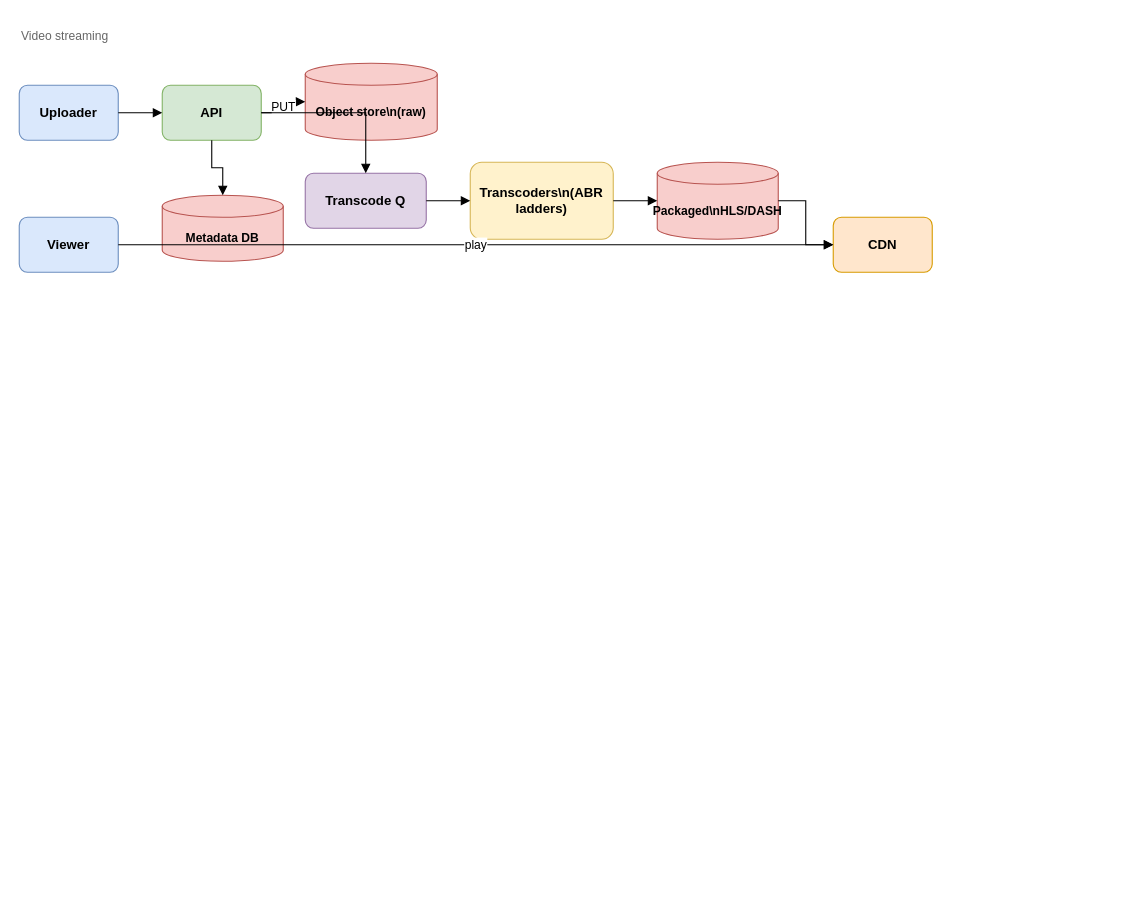
Earlier version of the draw.io diagram diagrams/video-streaming.drawio (yazeedsawalha/system-design). Source tidied: cells renumbered, new cells numbered last; positions are measured from the earlier drawing's top-left corner, leaving out a move shared by most shapes. Both pictures are drawn from the tidied source at 110%, with x=0, y=0 at pixel (19, 19).
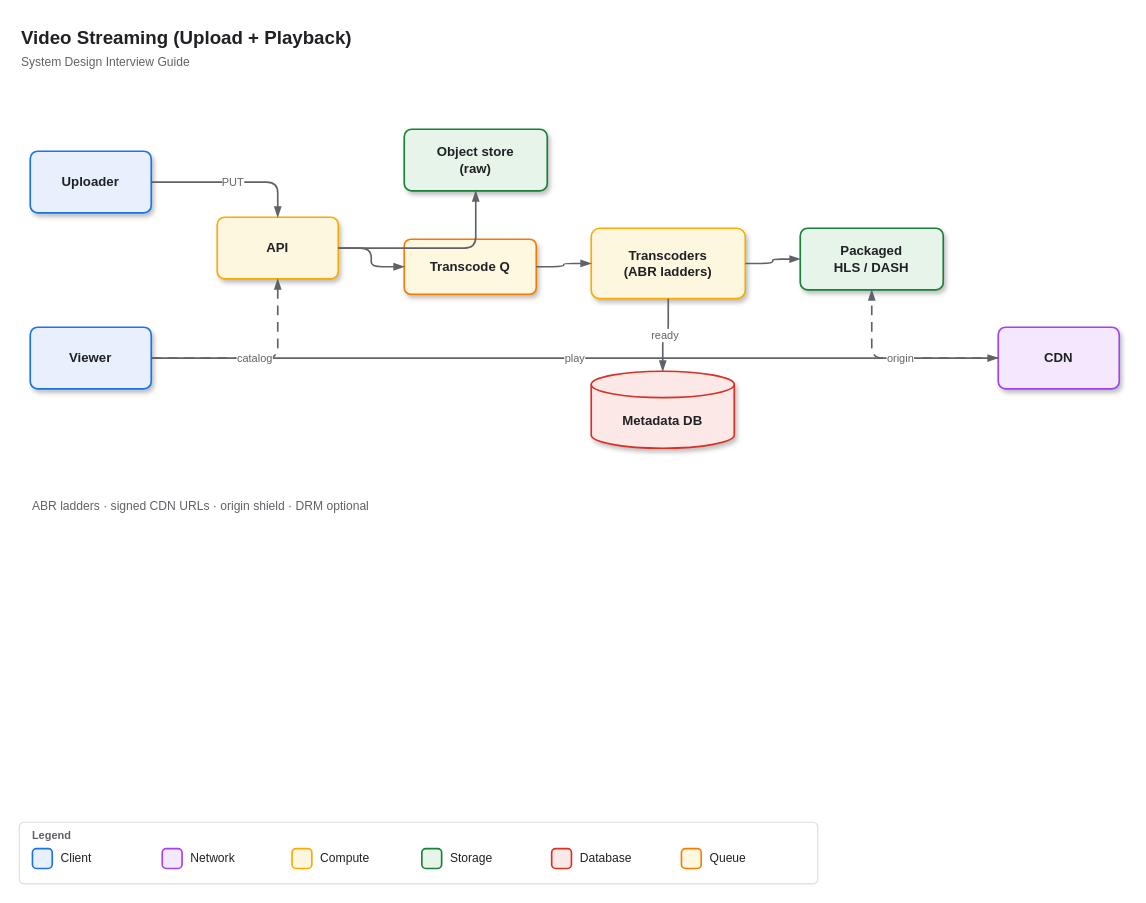
After the change.

What changed in the source:
```diff
@@
-<mxGraphModel>
+<mxGraphModel background="#ffffff">
@@
-    <mxCell id="2" value="Video streaming" style="text;html=1;strokeColor=none;fillColor=none;align=left;verticalAlign=middle;whiteSpace=wrap;rounded=0;fontSize=11;fontColor=#666666;" parent="1" vertex="1">
-      <mxGeometry width="200" height="30" as="geometry" />
-    </mxCell>
+    <mxCell id="20" value="Video Streaming (Upload + Playback)" style="text;html=1;strokeColor=none;fillColor=none;align=left;verticalAlign=middle;whiteSpace=wrap;rounded=0;fontSize=17;fontStyle=1;fontFamily=Helvetica;fontColor=#202124;" parent="1" vertex="1">
+      <mxGeometry y="4" width="700" height="28" as="geometry" />
+    </mxCell>
+    <mxCell id="21" value="System Design Interview Guide" style="text;html=1;strokeColor=none;fillColor=none;align=left;verticalAlign=middle;whiteSpace=wrap;rounded=0;fontSize=11;fontFamily=Helvetica;fontColor=#5F6368;" parent="1" vertex="1">
+      <mxGeometry y="30" width="280" height="18" as="geometry" />
+    </mxCell>
-    <mxCell id="3" value="Uploader" style="rounded=1;whiteSpace=wrap;html=1;fillColor=#dae8fc;strokeColor=#6c8ebf;fontStyle=1;fontSize=12;" parent="1" vertex="1">
-      <mxGeometry y="60" width="90" height="50" as="geometry" />
+    <mxCell id="3" value="Uploader" style="rounded=1;whiteSpace=wrap;html=1;arcSize=12;fillColor=#E8F0FE;strokeColor=#1A73E8;strokeWidth=1.5;fontStyle=1;fontSize=12;fontFamily=Helvetica;fontColor=#202124;shadow=1;" parent="1" vertex="1">
+      <mxGeometry x="10" y="120" width="110" height="56" as="geometry" />
     </mxCell>
-    <mxCell id="4" value="Viewer" style="rounded=1;whiteSpace=wrap;html=1;fillColor=#dae8fc;strokeColor=#6c8ebf;fontStyle=1;fontSize=12;" parent="1" vertex="1">
-      <mxGeometry y="180" width="90" height="50" as="geometry" />
+    <mxCell id="4" value="Viewer" style="rounded=1;whiteSpace=wrap;html=1;arcSize=12;fillColor=#E8F0FE;strokeColor=#1A73E8;strokeWidth=1.5;fontStyle=1;fontSize=12;fontFamily=Helvetica;fontColor=#202124;shadow=1;" parent="1" vertex="1">
+      <mxGeometry x="10" y="280" width="110" height="56" as="geometry" />
     </mxCell>
-    <mxCell id="5" value="API" style="rounded=1;whiteSpace=wrap;html=1;fillColor=#d5e8d4;strokeColor=#82b366;fontStyle=1;fontSize=12;" parent="1" vertex="1">
-      <mxGeometry x="130" y="60" width="90" height="50" as="geometry" />
+    <mxCell id="5" value="API" style="rounded=1;whiteSpace=wrap;html=1;arcSize=12;fillColor=#FEF7E0;strokeColor=#F9AB00;strokeWidth=1.5;fontStyle=1;fontSize=12;fontFamily=Helvetica;fontColor=#202124;shadow=1;" parent="1" vertex="1">
+      <mxGeometry x="180" y="180" width="110" height="56" as="geometry" />
     </mxCell>
-    <mxCell id="6" value="Object store\n(raw)" style="shape=cylinder3;whiteSpace=wrap;html=1;boundedLbl=1;backgroundOutline=1;size=10;fillColor=#f8cecc;strokeColor=#b85450;fontStyle=1;fontSize=11;" parent="1" vertex="1">
-      <mxGeometry x="260" y="40" width="120" height="70" as="geometry" />
-    </mxCell>
+    <mxCell id="22" value="Object store&#10;(raw)" style="rounded=1;whiteSpace=wrap;html=1;arcSize=12;fillColor=#E6F4EA;strokeColor=#188038;strokeWidth=1.5;fontStyle=1;fontSize=12;fontFamily=Helvetica;fontColor=#202124;shadow=1;" parent="1" vertex="1">
+      <mxGeometry x="350" y="100" width="130" height="56" as="geometry" />
+    </mxCell>
-    <mxCell id="7" value="Transcode Q" style="rounded=1;whiteSpace=wrap;html=1;fillColor=#e1d5e7;strokeColor=#9673a6;fontStyle=1;fontSize=12;" parent="1" vertex="1">
-      <mxGeometry x="260" y="140" width="110" height="50" as="geometry" />
+    <mxCell id="7" value="Transcode Q" style="rounded=1;whiteSpace=wrap;html=1;arcSize=12;fillColor=#FFF8E1;strokeColor=#F57C00;strokeWidth=1.5;fontStyle=1;fontSize=12;fontFamily=Helvetica;fontColor=#202124;shadow=1;" parent="1" vertex="1">
+      <mxGeometry x="350" y="200" width="120" height="50" as="geometry" />
     </mxCell>
-    <mxCell id="8" value="Transcoders\n(ABR ladders)" style="rounded=1;whiteSpace=wrap;html=1;fillColor=#fff2cc;strokeColor=#d6b656;fontStyle=1;fontSize=12;" parent="1" vertex="1">
-      <mxGeometry x="410" y="130" width="130" height="70" as="geometry" />
-    </mxCell>
-    <mxCell id="9" value="Packaged\nHLS/DASH" style="shape=cylinder3;whiteSpace=wrap;html=1;boundedLbl=1;backgroundOutline=1;size=10;fillColor=#f8cecc;strokeColor=#b85450;fontStyle=1;fontSize=11;" parent="1" vertex="1">
-      <mxGeometry x="580" y="130" width="110" height="70" as="geometry" />
-    </mxCell>
+    <mxCell id="23" value="Transcoders&#10;(ABR ladders)" style="rounded=1;whiteSpace=wrap;html=1;arcSize=12;fillColor=#FEF7E0;strokeColor=#F9AB00;strokeWidth=1.5;fontStyle=1;fontSize=12;fontFamily=Helvetica;fontColor=#202124;shadow=1;" parent="1" vertex="1">
+      <mxGeometry x="520" y="190" width="140" height="64" as="geometry" />
+    </mxCell>
+    <mxCell id="24" value="Packaged&#10;HLS / DASH" style="rounded=1;whiteSpace=wrap;html=1;arcSize=12;fillColor=#E6F4EA;strokeColor=#188038;strokeWidth=1.5;fontStyle=1;fontSize=12;fontFamily=Helvetica;fontColor=#202124;shadow=1;" parent="1" vertex="1">
+      <mxGeometry x="710" y="190" width="130" height="56" as="geometry" />
+    </mxCell>
-    <mxCell id="10" value="CDN" style="rounded=1;whiteSpace=wrap;html=1;fillColor=#ffe6cc;strokeColor=#d79b00;fontStyle=1;fontSize=12;" parent="1" vertex="1">
-      <mxGeometry x="740" y="180" width="90" height="50" as="geometry" />
+    <mxCell id="10" value="CDN" style="rounded=1;whiteSpace=wrap;html=1;arcSize=12;fillColor=#F3E8FD;strokeColor=#A142F4;strokeWidth=1.5;fontStyle=1;fontSize=12;fontFamily=Helvetica;fontColor=#202124;shadow=1;" parent="1" vertex="1">
+      <mxGeometry x="890" y="280" width="110" height="56" as="geometry" />
     </mxCell>
-    <mxCell id="11" value="Metadata DB" style="shape=cylinder3;whiteSpace=wrap;html=1;boundedLbl=1;backgroundOutline=1;size=10;fillColor=#f8cecc;strokeColor=#b85450;fontStyle=1;fontSize=11;" parent="1" vertex="1">
-      <mxGeometry x="130" y="160" width="110" height="60" as="geometry" />
+    <mxCell id="11" value="Metadata DB" style="shape=cylinder3;whiteSpace=wrap;html=1;boundedLbl=1;backgroundOutline=1;size=12;fillColor=#FCE8E6;strokeColor=#D93025;strokeWidth=1.5;fontStyle=1;fontSize=12;fontFamily=Helvetica;fontColor=#202124;shadow=1;" parent="1" vertex="1">
+      <mxGeometry x="520" y="320" width="130" height="70" as="geometry" />
     </mxCell>
-    <mxCell id="12" style="edgeStyle=orthogonalEdgeStyle;rounded=0;jettySize=auto;html=1;endArrow=block;endFill=1;" parent="1" edge="1" source="3" target="5">
-      <mxGeometry relative="1" as="geometry" />
-    </mxCell>
-    <mxCell id="13" value="PUT" style="edgeStyle=orthogonalEdgeStyle;rounded=0;jettySize=auto;html=1;endArrow=block;endFill=1;" parent="1" edge="1" source="5" target="6">
+    <mxCell id="13" value="PUT" style="edgeStyle=orthogonalEdgeStyle;rounded=1;jettySize=auto;html=1;endArrow=blockThin;endFill=1;strokeWidth=1.5;strokeColor=#5F6368;fontFamily=Helvetica;fontSize=10;fontColor=#5F6368;" parent="1" edge="1" source="3" target="5">
       <mxGeometry relative="1" as="geometry" />
     </mxCell>
+    <mxCell id="25" style="edgeStyle=orthogonalEdgeStyle;rounded=1;jettySize=auto;html=1;endArrow=blockThin;endFill=1;strokeWidth=1.5;strokeColor=#5F6368;fontFamily=Helvetica;fontSize=10;fontColor=#5F6368;" parent="1" edge="1" source="5" target="22">
+      <mxGeometry relative="1" as="geometry" />
+    </mxCell>
-    <mxCell id="14" style="edgeStyle=orthogonalEdgeStyle;rounded=0;jettySize=auto;html=1;endArrow=block;endFill=1;" parent="1" edge="1" source="5" target="7">
+    <mxCell id="14" style="edgeStyle=orthogonalEdgeStyle;rounded=1;jettySize=auto;html=1;endArrow=blockThin;endFill=1;strokeWidth=1.5;strokeColor=#5F6368;fontFamily=Helvetica;fontSize=10;fontColor=#5F6368;" parent="1" edge="1" source="5" target="7">
       <mxGeometry relative="1" as="geometry" />
     </mxCell>
-    <mxCell id="15" style="edgeStyle=orthogonalEdgeStyle;rounded=0;jettySize=auto;html=1;endArrow=block;endFill=1;" parent="1" edge="1" source="7" target="8">
-      <mxGeometry relative="1" as="geometry" />
-    </mxCell>
-    <mxCell id="16" style="edgeStyle=orthogonalEdgeStyle;rounded=0;jettySize=auto;html=1;endArrow=block;endFill=1;" parent="1" edge="1" source="8" target="9">
-      <mxGeometry relative="1" as="geometry" />
-    </mxCell>
-    <mxCell id="17" style="edgeStyle=orthogonalEdgeStyle;rounded=0;jettySize=auto;html=1;endArrow=block;endFill=1;" parent="1" edge="1" source="9" target="10">
-      <mxGeometry relative="1" as="geometry" />
-    </mxCell>
+    <mxCell id="26" style="edgeStyle=orthogonalEdgeStyle;rounded=1;jettySize=auto;html=1;endArrow=blockThin;endFill=1;strokeWidth=1.5;strokeColor=#5F6368;fontFamily=Helvetica;fontSize=10;fontColor=#5F6368;" parent="1" edge="1" source="7" target="23">
+      <mxGeometry relative="1" as="geometry" />
+    </mxCell>
+    <mxCell id="27" style="edgeStyle=orthogonalEdgeStyle;rounded=1;jettySize=auto;html=1;endArrow=blockThin;endFill=1;strokeWidth=1.5;strokeColor=#5F6368;fontFamily=Helvetica;fontSize=10;fontColor=#5F6368;" parent="1" edge="1" source="23" target="24">
+      <mxGeometry relative="1" as="geometry" />
+    </mxCell>
+    <mxCell id="28" value="ready" style="edgeStyle=orthogonalEdgeStyle;rounded=1;jettySize=auto;html=1;endArrow=blockThin;endFill=1;strokeWidth=1.5;strokeColor=#5F6368;fontFamily=Helvetica;fontSize=10;fontColor=#5F6368;" parent="1" edge="1" source="23" target="11">
+      <mxGeometry relative="1" as="geometry" />
+    </mxCell>
-    <mxCell id="18" value="play" style="edgeStyle=orthogonalEdgeStyle;rounded=0;jettySize=auto;html=1;endArrow=block;endFill=1;" parent="1" edge="1" source="4" target="10">
+    <mxCell id="18" value="play" style="edgeStyle=orthogonalEdgeStyle;rounded=1;jettySize=auto;html=1;endArrow=blockThin;endFill=1;strokeWidth=1.5;strokeColor=#5F6368;fontFamily=Helvetica;fontSize=10;fontColor=#5F6368;" parent="1" edge="1" source="4" target="10">
       <mxGeometry relative="1" as="geometry" />
     </mxCell>
-    <mxCell id="19" style="edgeStyle=orthogonalEdgeStyle;rounded=0;jettySize=auto;html=1;endArrow=block;endFill=1;" parent="1" edge="1" source="5" target="11">
-      <mxGeometry relative="1" as="geometry" />
-    </mxCell>
+    <mxCell id="29" value="origin" style="edgeStyle=orthogonalEdgeStyle;rounded=1;jettySize=auto;html=1;endArrow=blockThin;endFill=1;strokeWidth=1.5;strokeColor=#5F6368;fontFamily=Helvetica;fontSize=10;fontColor=#5F6368;dashed=1;dashPattern=6 4;" parent="1" edge="1" source="10" target="24">
+      <mxGeometry relative="1" as="geometry" />
+    </mxCell>
+    <mxCell id="30" value="catalog" style="edgeStyle=orthogonalEdgeStyle;rounded=1;jettySize=auto;html=1;endArrow=blockThin;endFill=1;strokeWidth=1.5;strokeColor=#5F6368;fontFamily=Helvetica;fontSize=10;fontColor=#5F6368;dashed=1;dashPattern=6 4;" parent="1" edge="1" source="4" target="5">
+      <mxGeometry relative="1" as="geometry" />
+    </mxCell>
+    <mxCell id="31" value="ABR ladders · signed CDN URLs · origin shield · DRM optional" style="text;html=1;strokeColor=none;fillColor=none;align=left;verticalAlign=top;whiteSpace=wrap;rounded=0;fontSize=11;fontFamily=Helvetica;fontColor=#5F6368;" parent="1" vertex="1">
+      <mxGeometry x="10" y="430" width="480" height="40" as="geometry" />
+    </mxCell>
+    <mxCell id="32" style="rounded=1;whiteSpace=wrap;html=1;arcSize=8;fillColor=#FFFFFF;strokeColor=#DADCE0;strokeWidth=1;shadow=0;" parent="1" vertex="1">
+      <mxGeometry y="730" width="726" height="56" as="geometry" />
+    </mxCell>
+    <mxCell id="33" value="Legend" style="text;html=1;strokeColor=none;fillColor=none;align=left;verticalAlign=middle;fontSize=10;fontStyle=1;fontFamily=Helvetica;fontColor=#5F6368;" parent="1" vertex="1">
+      <mxGeometry x="10" y="734" width="60" height="16" as="geometry" />
+    </mxCell>
+    <mxCell id="34" style="rounded=1;whiteSpace=wrap;html=1;arcSize=20;fillColor=#E8F0FE;strokeColor=#1A73E8;strokeWidth=1.5;" parent="1" vertex="1">
+      <mxGeometry x="12" y="754" width="18" height="18" as="geometry" />
+    </mxCell>
+    <mxCell id="35" value="Client" style="text;html=1;strokeColor=none;fillColor=none;align=left;verticalAlign=middle;fontSize=11;fontFamily=Helvetica;fontColor=#202124;" parent="1" vertex="1">
+      <mxGeometry x="36" y="752" width="90" height="22" as="geometry" />
+    </mxCell>
+    <mxCell id="36" style="rounded=1;whiteSpace=wrap;html=1;arcSize=20;fillColor=#F3E8FD;strokeColor=#A142F4;strokeWidth=1.5;" parent="1" vertex="1">
+      <mxGeometry x="130" y="754" width="18" height="18" as="geometry" />
+    </mxCell>
+    <mxCell id="37" value="Network" style="text;html=1;strokeColor=none;fillColor=none;align=left;verticalAlign=middle;fontSize=11;fontFamily=Helvetica;fontColor=#202124;" parent="1" vertex="1">
+      <mxGeometry x="154" y="752" width="90" height="22" as="geometry" />
+    </mxCell>
+    <mxCell id="38" style="rounded=1;whiteSpace=wrap;html=1;arcSize=20;fillColor=#FEF7E0;strokeColor=#F9AB00;strokeWidth=1.5;" parent="1" vertex="1">
+      <mxGeometry x="248" y="754" width="18" height="18" as="geometry" />
+    </mxCell>
+    <mxCell id="39" value="Compute" style="text;html=1;strokeColor=none;fillColor=none;align=left;verticalAlign=middle;fontSize=11;fontFamily=Helvetica;fontColor=#202124;" parent="1" vertex="1">
+      <mxGeometry x="272" y="752" width="90" height="22" as="geometry" />
+    </mxCell>
+    <mxCell id="40" style="rounded=1;whiteSpace=wrap;html=1;arcSize=20;fillColor=#E6F4EA;strokeColor=#188038;strokeWidth=1.5;" parent="1" vertex="1">
+      <mxGeometry x="366" y="754" width="18" height="18" as="geometry" />
+    </mxCell>
+    <mxCell id="41" value="Storage" style="text;html=1;strokeColor=none;fillColor=none;align=left;verticalAlign=middle;fontSize=11;fontFamily=Helvetica;fontColor=#202124;" parent="1" vertex="1">
+      <mxGeometry x="390" y="752" width="90" height="22" as="geometry" />
+    </mxCell>
+    <mxCell id="42" style="rounded=1;whiteSpace=wrap;html=1;arcSize=20;fillColor=#FCE8E6;strokeColor=#D93025;strokeWidth=1.5;" parent="1" vertex="1">
+      <mxGeometry x="484" y="754" width="18" height="18" as="geometry" />
+    </mxCell>
+    <mxCell id="43" value="Database" style="text;html=1;strokeColor=none;fillColor=none;align=left;verticalAlign=middle;fontSize=11;fontFamily=Helvetica;fontColor=#202124;" parent="1" vertex="1">
+      <mxGeometry x="508" y="752" width="90" height="22" as="geometry" />
+    </mxCell>
+    <mxCell id="44" style="rounded=1;whiteSpace=wrap;html=1;arcSize=20;fillColor=#FFF8E1;strokeColor=#F57C00;strokeWidth=1.5;" parent="1" vertex="1">
+      <mxGeometry x="602" y="754" width="18" height="18" as="geometry" />
+    </mxCell>
+    <mxCell id="45" value="Queue" style="text;html=1;strokeColor=none;fillColor=none;align=left;verticalAlign=middle;fontSize=11;fontFamily=Helvetica;fontColor=#202124;" parent="1" vertex="1">
+      <mxGeometry x="626" y="752" width="90" height="22" as="geometry" />
+    </mxCell>
```
